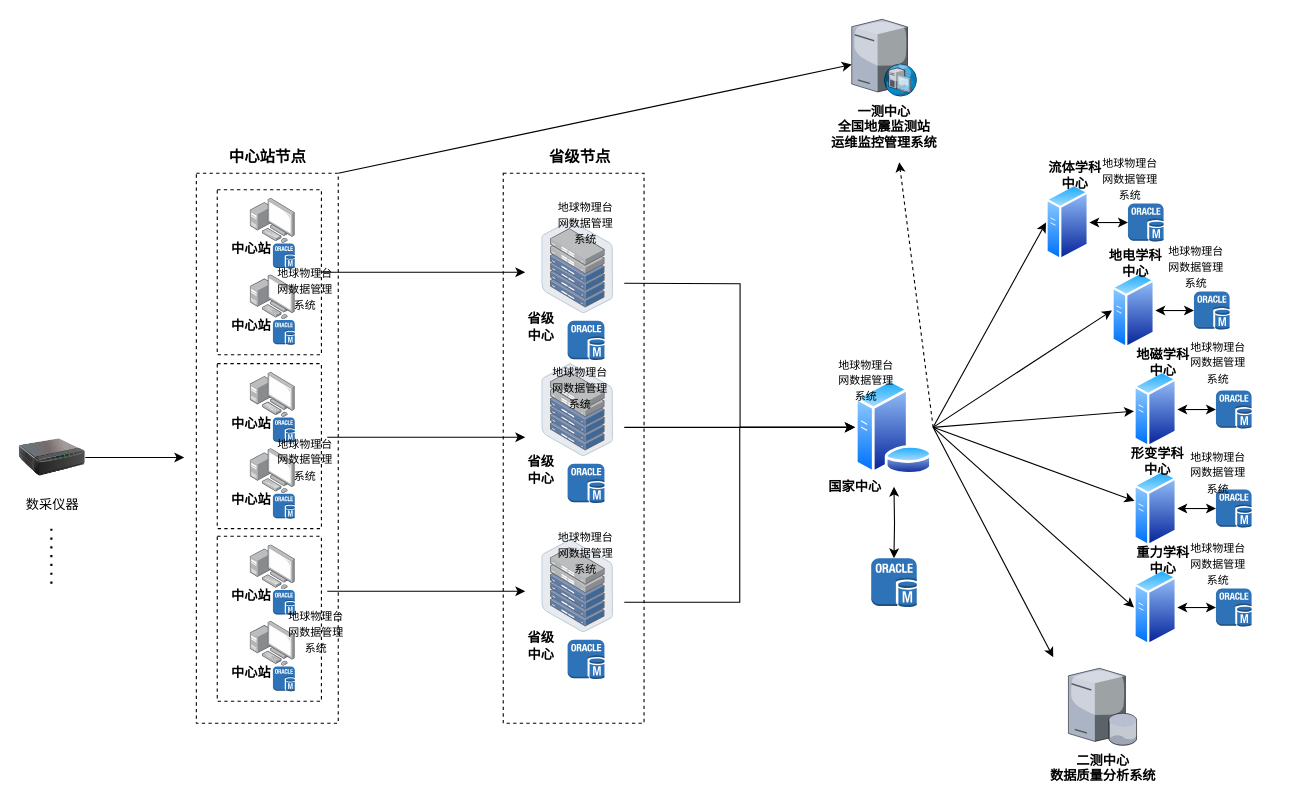
The draw.io diagram page "第 6 页" (6 of 16) of drawio/eq_network.drawio in raingnight/Blog_Pic, before the edit. Source tidied: cells renumbered, new cells numbered last; positions are measured from the earlier drawing's top-left corner, leaving out a move shared by most shapes. Both pictures are drawn from the tidied source at 110%, with x=0, y=0 at pixel (19, 19).
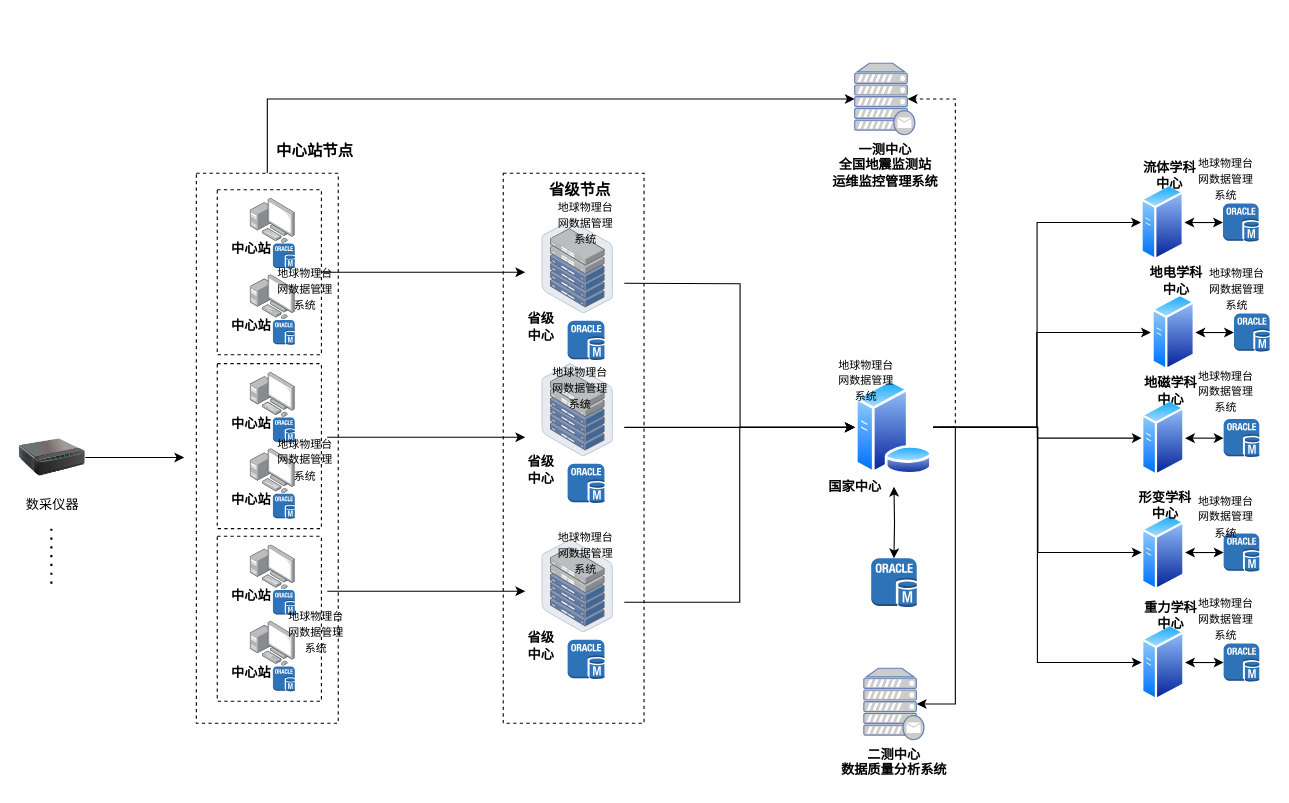
The same page after the edit.

The change refers to these unchanged cells:
```xml
<mxCell id="3" style="rounded=0;whiteSpace=wrap;html=1;dashed=1;" parent="1" vertex="1">
  <mxGeometry x="161" y="140" width="129" height="500" as="geometry" />
</mxCell>
<mxCell id="12" style="image;perimeter=ellipsePerimeter;html=1;align=center;shadow=0;dashed=0;spacingTop=3;image=img/lib/active_directory/generic_server.svg;" parent="10" vertex="1">
  <mxGeometry x="3.8" y="19.6" width="39.4" height="70.4" as="geometry" />
</mxCell>
<mxCell id="18" style="image;perimeter=ellipsePerimeter;html=1;align=center;shadow=0;dashed=0;spacingTop=3;image=img/lib/active_directory/generic_server.svg;" parent="16" vertex="1">
  <mxGeometry x="3.8" y="19.6" width="39.4" height="70.4" as="geometry" />
</mxCell>
<mxCell id="24" style="image;perimeter=ellipsePerimeter;html=1;align=center;shadow=0;dashed=0;spacingTop=3;image=img/lib/active_directory/generic_server.svg;" parent="22" vertex="1">
  <mxGeometry x="3.8" y="19.6" width="39.4" height="70.4" as="geometry" />
</mxCell>
<mxCell id="30" style="image;perimeter=ellipsePerimeter;html=1;align=center;shadow=0;dashed=0;spacingTop=3;image=img/lib/active_directory/generic_server.svg;" parent="28" vertex="1">
  <mxGeometry x="3.8" y="19.6" width="39.4" height="70.4" as="geometry" />
</mxCell>
<mxCell id="36" style="image;perimeter=ellipsePerimeter;html=1;align=center;shadow=0;dashed=0;spacingTop=3;image=img/lib/active_directory/generic_server.svg;" parent="34" vertex="1">
  <mxGeometry x="3.8" y="19.6" width="39.4" height="70.4" as="geometry" />
</mxCell>
<mxCell id="45" style="image;perimeter=ellipsePerimeter;html=1;align=center;shadow=0;dashed=0;spacingTop=3;image=img/lib/active_directory/database_server.svg;" parent="1" vertex="1">
  <mxGeometry x="759.5" y="327.5" width="71.3" height="87" as="geometry" />
</mxCell>
```

What changed in the source:
```diff
@@
-    <mxCell id="2" style="rounded=0;jettySize=auto;html=1;exitX=1;exitY=0;exitDx=0;exitDy=0;" parent="1" edge="1" source="3" target="46">
-      <mxGeometry relative="1" as="geometry" />
+    <mxCell id="2" style="edgeStyle=orthogonalEdgeStyle;rounded=0;jettySize=auto;html=1;exitX=0.5;exitY=0;exitDx=0;exitDy=0;entryX=0;entryY=0.5;entryDx=0;entryDy=0;entryPerimeter=0;" parent="1" edge="1" source="3" target="46">
+      <mxGeometry relative="1" as="geometry">
+        <Array as="points">
+          <mxPoint x="226" y="73" />
+        </Array>
+      </mxGeometry>
     </mxCell>
@@
     <mxCell id="10" style="group;" parent="1" vertex="1">
-      <mxGeometry x="1009.6" y="390" width="110.7" height="90" as="geometry" />
+      <mxGeometry x="1016.6" y="430" width="110.7" height="90" as="geometry" />
     </mxCell>
@@
     <mxCell id="16" style="group;" parent="1" vertex="1">
-      <mxGeometry x="1009.6" y="480" width="110.7" height="90" as="geometry" />
+      <mxGeometry x="1016.6" y="530" width="110.7" height="90" as="geometry" />
     </mxCell>
@@
     <mxCell id="22" style="group;" parent="1" vertex="1">
-      <mxGeometry x="989.6" y="210" width="110.7" height="90" as="geometry" />
+      <mxGeometry x="1026" y="230" width="110.7" height="90" as="geometry" />
     </mxCell>
@@
     <mxCell id="25" value="地电学科中心" style="text;html=1;strokeColor=none;fillColor=none;align=center;verticalAlign=middle;whiteSpace=wrap;rounded=0;fontStyle=1;" parent="22" vertex="1">
-      <mxGeometry width="50" height="23.5" as="geometry" />
+      <mxGeometry x="0.7" y="-3.9" width="50" height="23.5" as="geometry" />
     </mxCell>
@@
     <mxCell id="28" style="group;" parent="1" vertex="1">
-      <mxGeometry x="929.6" y="130" width="110.7" height="90" as="geometry" />
+      <mxGeometry x="1016" y="130" width="110.7" height="90" as="geometry" />
     </mxCell>
@@
     <mxCell id="34" style="group;" parent="1" vertex="1">
-      <mxGeometry x="1009.6" y="300" width="110.7" height="90" as="geometry" />
+      <mxGeometry x="1016.6" y="326" width="110.7" height="90" as="geometry" />
     </mxCell>
@@
-    <mxCell id="40" style="rounded=0;jettySize=auto;html=1;exitX=1;exitY=0.5;exitDx=0;exitDy=0;entryX=0;entryY=0.5;entryDx=0;entryDy=0;" parent="1" edge="1" source="45" target="30">
+    <mxCell id="40" style="rounded=0;jettySize=auto;html=1;exitX=1;exitY=0.5;exitDx=0;exitDy=0;entryX=0;entryY=0.5;entryDx=0;entryDy=0;edgeStyle=orthogonalEdgeStyle;" parent="1" edge="1" source="45" target="30">
       <mxGeometry relative="1" as="geometry" />
     </mxCell>
-    <mxCell id="41" style="rounded=0;jettySize=auto;html=1;exitX=1;exitY=0.5;exitDx=0;exitDy=0;entryX=0;entryY=0.5;entryDx=0;entryDy=0;" parent="1" edge="1" source="45" target="24">
-      <mxGeometry relative="1" as="geometry" />
+    <mxCell id="41" style="rounded=0;orthogonalLoop=1;jettySize=auto;html=1;exitX=1;exitY=0.5;exitDx=0;exitDy=0;entryX=0;entryY=0.5;entryDx=0;entryDy=0;edgeStyle=orthogonalEdgeStyle;" parent="1" edge="1">
+      <mxGeometry relative="1" as="geometry">
+        <mxPoint x="835.9" y="371" as="sourcePoint" />
+        <mxPoint x="1028.8" y="284.8" as="targetPoint" />
+        <Array as="points">
+          <mxPoint x="925" y="371" />
+          <mxPoint x="925" y="285" />
+        </Array>
+      </mxGeometry>
     </mxCell>
-    <mxCell id="42" style="rounded=0;jettySize=auto;html=1;exitX=1;exitY=0.5;exitDx=0;exitDy=0;" parent="1" edge="1" source="45" target="36">
+    <mxCell id="42" style="rounded=0;jettySize=auto;html=1;exitX=1;exitY=0.5;exitDx=0;exitDy=0;edgeStyle=orthogonalEdgeStyle;" parent="1" edge="1" source="45" target="36">
       <mxGeometry relative="1" as="geometry" />
     </mxCell>
+    <mxCell id="44" style="rounded=0;jettySize=auto;html=1;exitX=1;exitY=0.5;exitDx=0;exitDy=0;entryX=0;entryY=0.5;entryDx=0;entryDy=0;edgeStyle=orthogonalEdgeStyle;" parent="1" edge="1" source="45" target="18">
+      <mxGeometry relative="1" as="geometry" />
+    </mxCell>
-    <mxCell id="43" style="rounded=0;jettySize=auto;html=1;exitX=1;exitY=0.5;exitDx=0;exitDy=0;" parent="1" edge="1" source="45" target="12">
-      <mxGeometry relative="1" as="geometry" />
+    <mxCell id="43" style="edgeStyle=orthogonalEdgeStyle;rounded=0;jettySize=auto;html=1;exitX=1;exitY=0.5;exitDx=0;exitDy=0;entryX=0;entryY=0.5;entryDx=0;entryDy=0;" parent="1" edge="1" source="45" target="12">
+      <mxGeometry relative="1" as="geometry">
+        <Array as="points">
+          <mxPoint x="926" y="371" />
+          <mxPoint x="926" y="485" />
+        </Array>
+      </mxGeometry>
     </mxCell>
-    <mxCell id="44" style="rounded=0;jettySize=auto;html=1;exitX=1;exitY=0.5;exitDx=0;exitDy=0;entryX=0;entryY=0.5;entryDx=0;entryDy=0;" parent="1" edge="1" source="45" target="18">
-      <mxGeometry relative="1" as="geometry" />
-    </mxCell>
@@
-    <mxCell id="46" value="&lt;b&gt;一测中心&lt;br&gt;全国地震监测站&lt;br&gt;运维监控管理系统&lt;br&gt;&lt;/b&gt;" style="verticalLabelPosition=bottom;sketch=0;html=1;verticalAlign=top;strokeColor=none;align=center;outlineConnect=0;shape=mxgraph.citrix.dhcp_server;" parent="1" vertex="1">
-      <mxGeometry x="756.8" width="59.1" height="70" as="geometry" />
-    </mxCell>
-    <mxCell id="47" value="&lt;b&gt;二测中心&lt;br&gt;数据质量分析系统&lt;br&gt;&lt;/b&gt;" style="verticalLabelPosition=bottom;sketch=0;html=1;verticalAlign=top;strokeColor=none;align=center;outlineConnect=0;shape=mxgraph.citrix.database_server;" parent="1" vertex="1">
-      <mxGeometry x="953.8" y="590" width="62.2" height="70" as="geometry" />
-    </mxCell>
-    <mxCell id="48" style="endArrow=classic;html=1;rounded=0;strokeColor=#000000;exitX=1;exitY=0.5;exitDx=0;exitDy=0;dashed=1;" parent="1" edge="1" source="45">
-      <mxGeometry relative="1" as="geometry">
-        <mxPoint x="800" y="130" as="targetPoint" />
-      </mxGeometry>
-    </mxCell>
-    <mxCell id="49" style="endArrow=classic;html=1;rounded=0;exitX=1;exitY=0.5;exitDx=0;exitDy=0;" parent="1" edge="1" source="45">
-      <mxGeometry relative="1" as="geometry">
-        <mxPoint x="940" y="580" as="targetPoint" />
-      </mxGeometry>
-    </mxCell>
@@
     <mxCell id="68" value="&lt;b&gt;&lt;font style=&quot;font-size: 14px;&quot;&gt;省级节点&lt;/font&gt;&lt;/b&gt;" style="text;html=1;strokeColor=none;fillColor=none;align=center;verticalAlign=middle;whiteSpace=wrap;rounded=0;" parent="1" vertex="1">
-      <mxGeometry x="480.2" y="110" width="60" height="30" as="geometry" />
+      <mxGeometry x="480.2" y="140" width="60" height="30" as="geometry" />
     </mxCell>
     <mxCell id="69" value="&lt;b&gt;&lt;font style=&quot;font-size: 14px;&quot;&gt;中心站节点&lt;/font&gt;&lt;/b&gt;" style="text;html=1;strokeColor=none;fillColor=none;align=center;verticalAlign=middle;whiteSpace=wrap;rounded=0;" parent="1" vertex="1">
-      <mxGeometry x="186.5" y="110" width="78" height="30" as="geometry" />
+      <mxGeometry x="230" y="105" width="78" height="30" as="geometry" />
     </mxCell>
@@
+    <mxCell id="46" value="&lt;b style=&quot;border-color: var(--border-color); color: rgb(0, 0, 0);&quot;&gt;一测中心&lt;br style=&quot;border-color: var(--border-color);&quot;&gt;全国地震监测站&lt;br style=&quot;border-color: var(--border-color);&quot;&gt;运维监控管理系统&lt;/b&gt;" style="fontColor=#0066CC;verticalAlign=top;verticalLabelPosition=bottom;labelPosition=center;align=center;html=1;outlineConnect=0;fillColor=#CCCCCC;strokeColor=#6881B3;gradientColor=none;gradientDirection=north;strokeWidth=2;shape=mxgraph.networks.mail_server;" parent="1" vertex="1">
+      <mxGeometry x="759.5" y="40" width="54.7" height="65" as="geometry" />
+    </mxCell>
+    <mxCell id="47" value="&lt;b style=&quot;border-color: var(--border-color); color: rgb(0, 0, 0);&quot;&gt;二测中心&lt;br style=&quot;border-color: var(--border-color);&quot;&gt;数据质量分析系统&lt;/b&gt;" style="fontColor=#0066CC;verticalAlign=top;verticalLabelPosition=bottom;labelPosition=center;align=center;html=1;outlineConnect=0;fillColor=#CCCCCC;strokeColor=#6881B3;gradientColor=none;gradientDirection=north;strokeWidth=2;shape=mxgraph.networks.mail_server;" parent="1" vertex="1">
+      <mxGeometry x="767.8" y="590" width="54.7" height="65" as="geometry" />
+    </mxCell>
+    <mxCell id="108" style="edgeStyle=orthogonalEdgeStyle;rounded=0;jettySize=auto;html=1;exitX=1;exitY=0.5;exitDx=0;exitDy=0;entryX=0.88;entryY=0.5;entryDx=0;entryDy=0;entryPerimeter=0;dashed=1;" parent="1" edge="1" source="45" target="46">
+      <mxGeometry relative="1" as="geometry">
+        <Array as="points">
+          <mxPoint x="851" y="371" />
+          <mxPoint x="851" y="73" />
+        </Array>
+      </mxGeometry>
+    </mxCell>
+    <mxCell id="109" style="edgeStyle=orthogonalEdgeStyle;rounded=0;jettySize=auto;html=1;exitX=1;exitY=0.5;exitDx=0;exitDy=0;entryX=0.88;entryY=0.5;entryDx=0;entryDy=0;entryPerimeter=0;" parent="1" edge="1" source="45" target="47">
+      <mxGeometry relative="1" as="geometry">
+        <Array as="points">
+          <mxPoint x="851" y="371" />
+          <mxPoint x="851" y="623" />
+        </Array>
+      </mxGeometry>
+    </mxCell>
```
